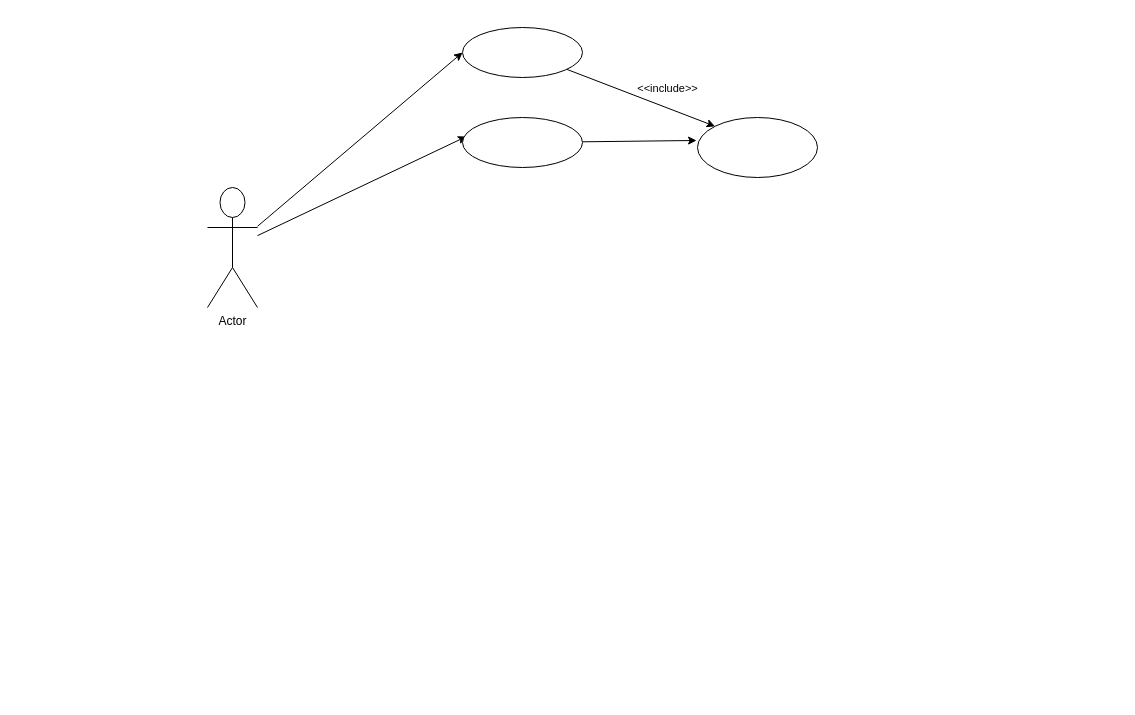
The draw.io diagram Use Case Diagram.drawio in fasil712/UML_Diagram_Design, before the edit. Source tidied: cells renumbered, new cells numbered last; positions are measured from the earlier drawing's top-left corner, leaving out a move shared by most shapes. Both pictures are drawn from the tidied source at 100%, with x=0, y=0 at pixel (207, 27).
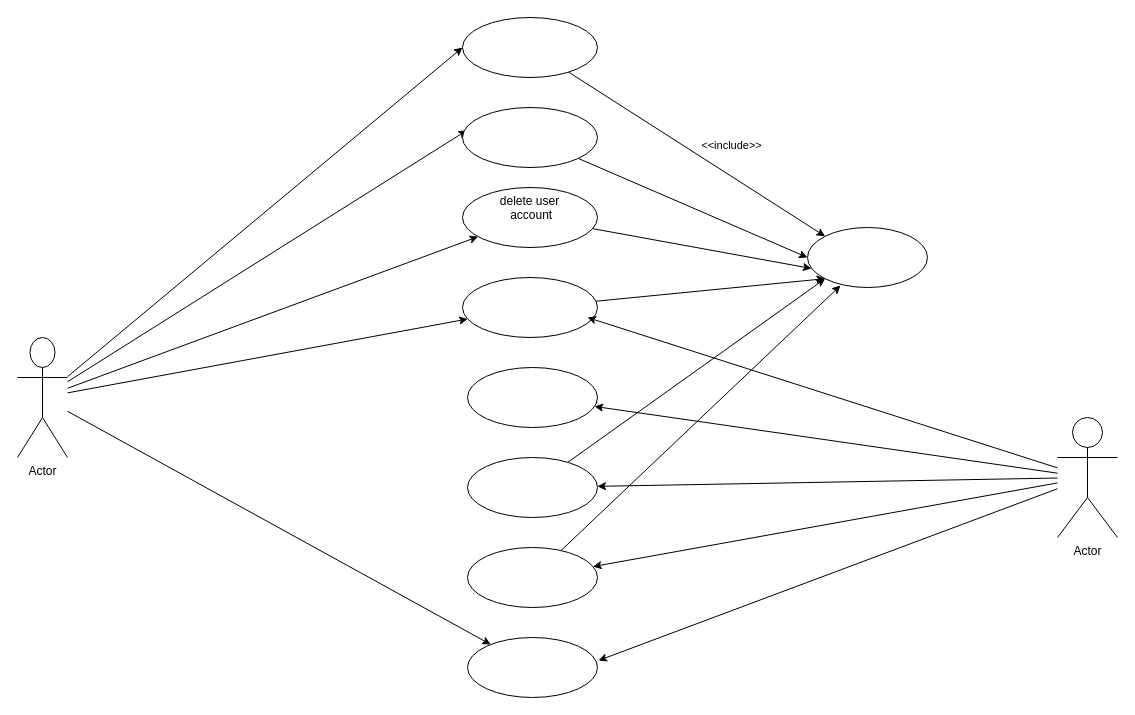
Above is the later version.

Unchanged cells that the change refers to:
```xml
<mxCell id="5" style="edgeStyle=none;rounded=1;jettySize=auto;html=1;entryX=0;entryY=0;entryDx=0;entryDy=0;" parent="1" edge="1" source="7" target="8">
  <mxGeometry relative="1" as="geometry" />
</mxCell>
```

Diff of the diagram source:
```diff
@@
+    <mxCell id="11" style="edgeStyle=none;rounded=1;jettySize=auto;html=1;" parent="1" edge="1" source="4" target="15">
+      <mxGeometry relative="1" as="geometry" />
+    </mxCell>
+    <mxCell id="12" style="edgeStyle=none;rounded=1;jettySize=auto;html=1;" parent="1" edge="1" source="4" target="17">
+      <mxGeometry relative="1" as="geometry" />
+    </mxCell>
+    <mxCell id="13" style="edgeStyle=none;rounded=1;jettySize=auto;html=1;" parent="1" edge="1" source="4" target="18">
+      <mxGeometry relative="1" as="geometry" />
+    </mxCell>
     <mxCell id="4" value="Actor" style="shape=umlActor;verticalLabelPosition=bottom;verticalAlign=top;html=1;outlineConnect=0;" parent="1" vertex="1">
-      <mxGeometry y="160" width="50" height="120" as="geometry" />
+      <mxGeometry x="-190" y="310" width="50" height="120" as="geometry" />
     </mxCell>
@@
     <mxCell id="6" value="&amp;lt;&amp;lt;include&amp;gt;&amp;gt;" style="edgeLabel;html=1;align=center;verticalAlign=middle;" parent="5" vertex="1">
       <mxGeometry x="0.15" y="-2" relative="1" as="geometry">
-        <mxPoint x="16" y="-16" as="offset" />
+        <mxPoint x="16" y="-23" as="offset" />
       </mxGeometry>
     </mxCell>
     <mxCell id="7" style="ellipse;whiteSpace=wrap;html=1;verticalAlign=top;" parent="1" vertex="1">
-      <mxGeometry x="255" width="120" height="50" as="geometry" />
+      <mxGeometry x="255" y="-10" width="135" height="60" as="geometry" />
     </mxCell>
     <mxCell id="8" style="ellipse;whiteSpace=wrap;html=1;verticalAlign=top;" parent="1" vertex="1">
-      <mxGeometry x="490" y="90" width="120" height="60" as="geometry" />
+      <mxGeometry x="600" y="200" width="120" height="60" as="geometry" />
     </mxCell>
-    <mxCell id="9" style="edgeStyle=none;rounded=1;jettySize=auto;html=1;entryX=-0.008;entryY=0.383;entryDx=0;entryDy=0;entryPerimeter=0;" parent="1" edge="1" source="10" target="8">
+    <mxCell id="9" style="edgeStyle=none;rounded=1;jettySize=auto;html=1;entryX=0;entryY=0.5;entryDx=0;entryDy=0;" parent="1" edge="1" source="10" target="8">
       <mxGeometry relative="1" as="geometry" />
     </mxCell>
     <mxCell id="10" style="ellipse;whiteSpace=wrap;html=1;verticalAlign=top;" parent="1" vertex="1">
-      <mxGeometry x="255" y="90" width="120" height="50" as="geometry" />
+      <mxGeometry x="255" y="80" width="135" height="60" as="geometry" />
     </mxCell>
+    <mxCell id="14" style="edgeStyle=none;rounded=1;jettySize=auto;html=1;entryX=0.033;entryY=0.683;entryDx=0;entryDy=0;entryPerimeter=0;" parent="1" edge="1" source="15" target="8">
+      <mxGeometry relative="1" as="geometry" />
+    </mxCell>
+    <mxCell id="15" value="delete user&lt;br&gt;&amp;nbsp;account" style="ellipse;whiteSpace=wrap;html=1;verticalAlign=top;" parent="1" vertex="1">
+      <mxGeometry x="255" y="160" width="135" height="60" as="geometry" />
+    </mxCell>
+    <mxCell id="16" style="edgeStyle=none;rounded=1;jettySize=auto;html=1;entryX=0;entryY=1;entryDx=0;entryDy=0;" parent="1" edge="1" source="17" target="8">
+      <mxGeometry relative="1" as="geometry" />
+    </mxCell>
+    <mxCell id="17" style="ellipse;whiteSpace=wrap;html=1;verticalAlign=top;" parent="1" vertex="1">
+      <mxGeometry x="255" y="250" width="135" height="60" as="geometry" />
+    </mxCell>
+    <mxCell id="18" style="ellipse;whiteSpace=wrap;html=1;verticalAlign=top;" parent="1" vertex="1">
+      <mxGeometry x="260" y="610" width="130" height="60" as="geometry" />
+    </mxCell>
+    <mxCell id="19" style="edgeStyle=none;rounded=1;jettySize=auto;html=1;entryX=0.926;entryY=0.667;entryDx=0;entryDy=0;entryPerimeter=0;" parent="1" edge="1" source="24" target="17">
+      <mxGeometry relative="1" as="geometry" />
+    </mxCell>
+    <mxCell id="20" style="edgeStyle=none;rounded=1;jettySize=auto;html=1;entryX=1.008;entryY=0.383;entryDx=0;entryDy=0;entryPerimeter=0;" parent="1" edge="1" source="24" target="18">
+      <mxGeometry relative="1" as="geometry" />
+    </mxCell>
+    <mxCell id="21" style="edgeStyle=none;rounded=1;jettySize=auto;html=1;" parent="1" edge="1" source="24" target="25">
+      <mxGeometry relative="1" as="geometry" />
+    </mxCell>
+    <mxCell id="22" style="edgeStyle=none;rounded=1;jettySize=auto;html=1;" parent="1" edge="1" source="24" target="28">
+      <mxGeometry relative="1" as="geometry" />
+    </mxCell>
+    <mxCell id="23" style="edgeStyle=none;rounded=1;jettySize=auto;html=1;" parent="1" edge="1" source="24" target="30">
+      <mxGeometry relative="1" as="geometry" />
+    </mxCell>
+    <mxCell id="24" value="Actor" style="shape=umlActor;verticalLabelPosition=bottom;verticalAlign=top;html=1;outlineConnect=0;" parent="1" vertex="1">
+      <mxGeometry x="850" y="390" width="60" height="120" as="geometry" />
+    </mxCell>
+    <mxCell id="25" style="ellipse;whiteSpace=wrap;html=1;verticalAlign=top;" parent="1" vertex="1">
+      <mxGeometry x="260" y="340" width="130" height="60" as="geometry" />
+    </mxCell>
+    <mxCell id="26" style="edgeStyle=none;rounded=1;orthogonalLoop=1;jettySize=auto;html=1;exitX=0.5;exitY=1;exitDx=0;exitDy=0;" parent="1" edge="1" source="25" target="25">
+      <mxGeometry relative="1" as="geometry" />
+    </mxCell>
+    <mxCell id="27" style="edgeStyle=none;rounded=1;jettySize=auto;html=1;entryX=0;entryY=1;entryDx=0;entryDy=0;" parent="1" edge="1" source="28" target="8">
+      <mxGeometry relative="1" as="geometry" />
+    </mxCell>
+    <mxCell id="28" style="ellipse;whiteSpace=wrap;html=1;verticalAlign=top;" parent="1" vertex="1">
+      <mxGeometry x="260" y="430" width="130" height="60" as="geometry" />
+    </mxCell>
+    <mxCell id="29" style="edgeStyle=none;rounded=1;jettySize=auto;html=1;entryX=0.275;entryY=0.967;entryDx=0;entryDy=0;entryPerimeter=0;" parent="1" edge="1" source="30" target="8">
+      <mxGeometry relative="1" as="geometry" />
+    </mxCell>
+    <mxCell id="30" style="ellipse;whiteSpace=wrap;html=1;verticalAlign=top;" parent="1" vertex="1">
+      <mxGeometry x="260" y="520" width="130" height="60" as="geometry" />
+    </mxCell>
```
